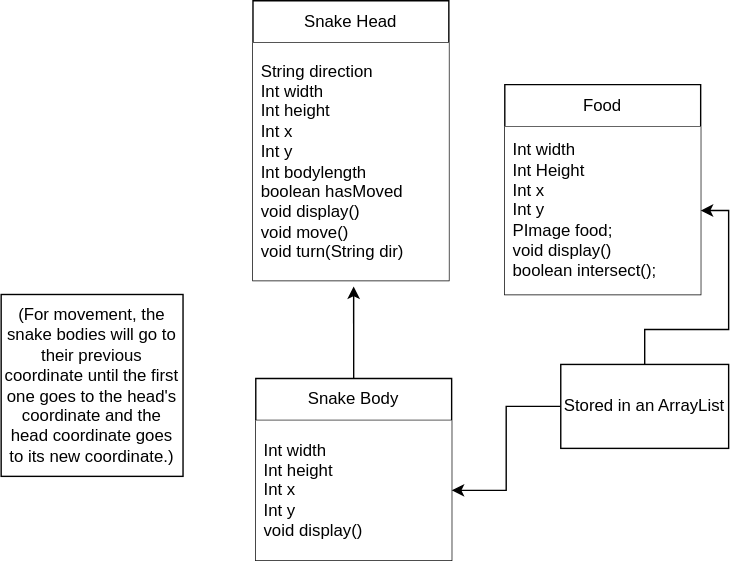
Earlier version of the draw.io export snake/snakeclassdiagram-rafid.drawio.svg (banananabusiness/project). Source tidied: cells renumbered, new cells last; positions are measured from the earlier drawing's top-left corner, leaving out a move shared by most shapes.
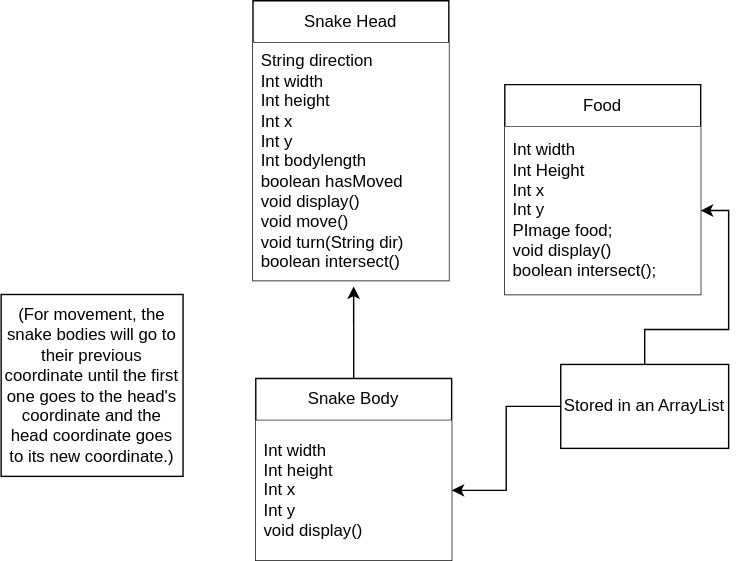
The same diagram one commit later.

Change to the diagram source:
```diff
@@ -5,7 +5,7 @@
     <mxCell id="2" value="Snake Head" style="swimlane;fontStyle=0;horizontal=1;startSize=30;whiteSpace=wrap;html=1;" parent="1" vertex="1">
       <mxGeometry x="180" width="140" height="200" as="geometry" />
     </mxCell>
-    <mxCell id="3" value="String direction&lt;br&gt;Int width&lt;br&gt;Int height&lt;br&gt;Int x&lt;br&gt;Int y&lt;br&gt;Int bodylength&lt;br&gt;boolean hasMoved&lt;br&gt;void display()&lt;br&gt;void move()&lt;br&gt;void turn(String dir)" style="text;align=left;verticalAlign=middle;spacingLeft=4;spacingRight=4;overflow=hidden;points=[[0,0.5],[1,0.5]];portConstraint=eastwest;whiteSpace=wrap;html=1;fillColor=default;" parent="2" vertex="1">
+    <mxCell id="3" value="String direction&lt;br&gt;Int width&lt;br&gt;Int height&lt;br&gt;Int x&lt;br&gt;Int y&lt;br&gt;Int bodylength&lt;br&gt;boolean hasMoved&lt;br&gt;void display()&lt;br&gt;void move()&lt;br&gt;void turn(String dir)&lt;br&gt;boolean intersect()" style="text;align=left;verticalAlign=middle;spacingLeft=4;spacingRight=4;overflow=hidden;points=[[0,0.5],[1,0.5]];portConstraint=eastwest;whiteSpace=wrap;html=1;fillColor=default;" parent="2" vertex="1">
       <mxGeometry y="30" width="140" height="170" as="geometry" />
     </mxCell>
     <mxCell id="4" value="Snake Body" style="swimlane;fontStyle=0;horizontal=1;startSize=30;whiteSpace=wrap;html=1;" parent="1" vertex="1">
```
